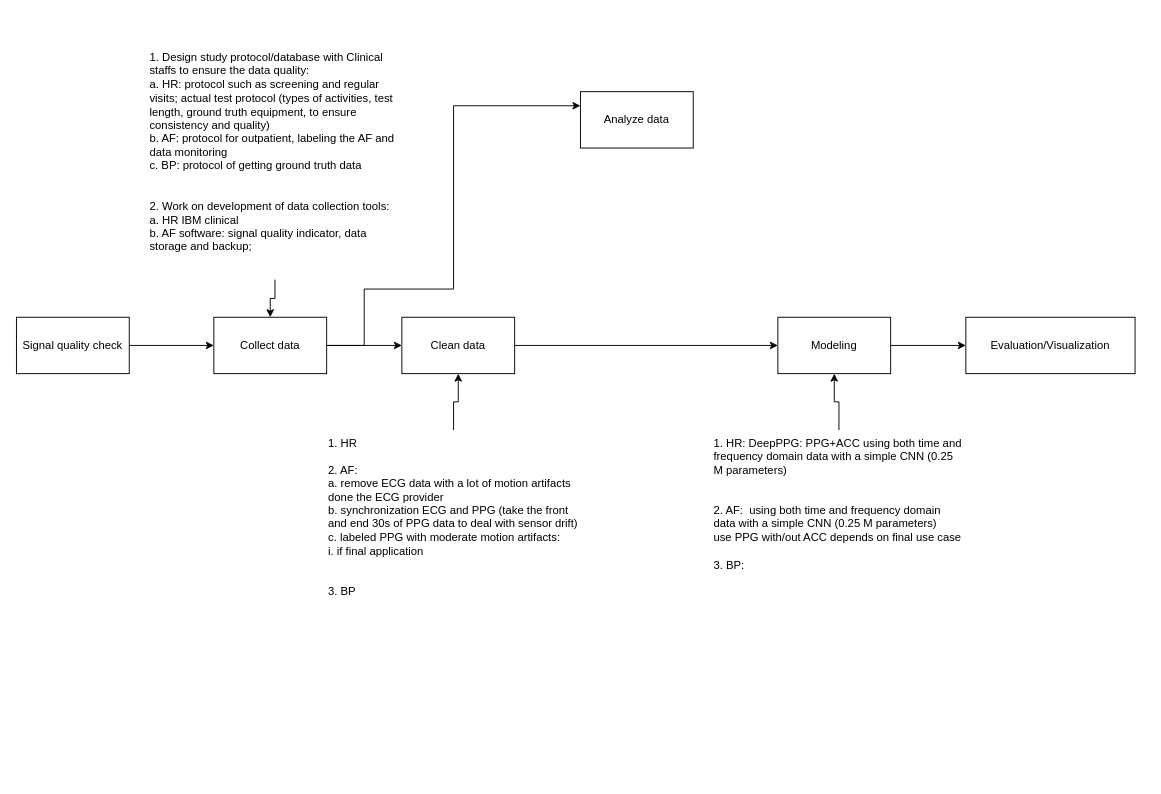
Above: Data pipeline.drawio in supertime1/PPG_DSP (draw.io), before the change. Source tidied: cells renumbered, new cells numbered last; positions are measured from the earlier drawing's top-left corner, leaving out a move shared by most shapes. Both pictures are drawn from the tidied source at 94%, with x=0, y=0 at pixel (16, 44).
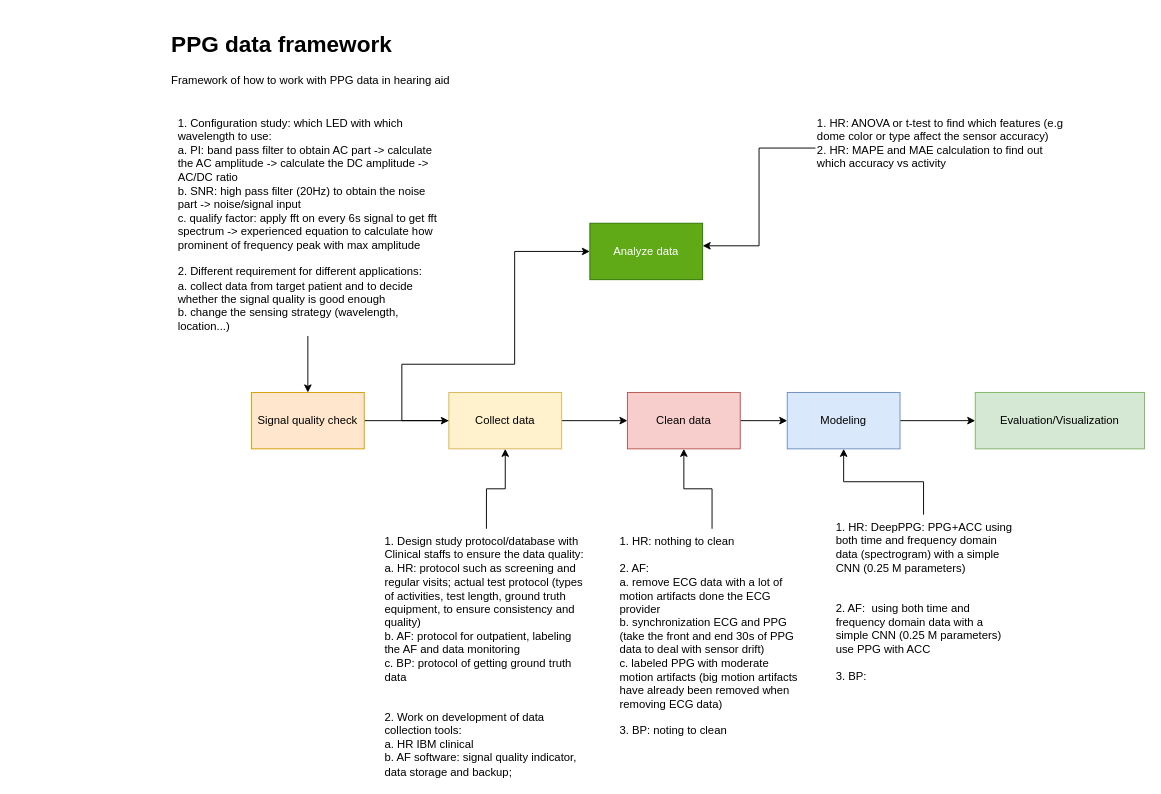
Above is the later version.

Change to the diagram source:
```diff
@@
-    <mxCell id="3" style="edgeStyle=orthogonalEdgeStyle;rounded=0;jettySize=auto;html=1;entryX=0;entryY=0.25;entryDx=0;entryDy=0;exitX=1;exitY=0.5;exitDx=0;exitDy=0;" parent="1" edge="1" source="4" target="7">
+    <mxCell id="3" style="edgeStyle=orthogonalEdgeStyle;rounded=0;jettySize=auto;html=1;entryX=0;entryY=0.5;entryDx=0;entryDy=0;exitX=1;exitY=0.5;exitDx=0;exitDy=0;" parent="1" edge="1" source="4" target="7">
       <mxGeometry relative="1" as="geometry">
         <Array as="points">
-          <mxPoint x="370" y="320" />
-          <mxPoint x="370" y="260" />
-          <mxPoint x="465" y="260" />
-          <mxPoint x="465" y="65" />
+          <mxPoint x="410" y="400" />
+          <mxPoint x="410" y="340" />
+          <mxPoint x="530" y="340" />
+          <mxPoint x="530" y="220" />
         </Array>
       </mxGeometry>
     </mxCell>
-    <mxCell id="4" value="Collect data" style="rounded=0;whiteSpace=wrap;html=1;" parent="1" vertex="1">
-      <mxGeometry x="210" y="290" width="120" height="60" as="geometry" />
+    <mxCell id="4" value="Collect data" style="rounded=0;whiteSpace=wrap;html=1;fillColor=#fff2cc;strokeColor=#d6b656;" parent="1" vertex="1">
+      <mxGeometry x="460" y="370" width="120" height="60" as="geometry" />
     </mxCell>
@@
-    <mxCell id="6" value="Clean data" style="rounded=0;whiteSpace=wrap;html=1;" parent="1" vertex="1">
-      <mxGeometry x="410" y="290" width="120" height="60" as="geometry" />
+    <mxCell id="6" value="Clean data" style="rounded=0;whiteSpace=wrap;html=1;fillColor=#f8cecc;strokeColor=#b85450;" parent="1" vertex="1">
+      <mxGeometry x="650" y="370" width="120" height="60" as="geometry" />
     </mxCell>
-    <mxCell id="7" value="Analyze data" style="rounded=0;whiteSpace=wrap;html=1;" parent="1" vertex="1">
-      <mxGeometry x="600" y="50" width="120" height="60" as="geometry" />
+    <mxCell id="7" value="Analyze data" style="rounded=0;whiteSpace=wrap;html=1;fillColor=#60a917;strokeColor=#2D7600;fontColor=#ffffff;" parent="1" vertex="1">
+      <mxGeometry x="610" y="190" width="120" height="60" as="geometry" />
     </mxCell>
@@
-    <mxCell id="9" value="Modeling" style="rounded=0;whiteSpace=wrap;html=1;" parent="1" vertex="1">
-      <mxGeometry x="810" y="290" width="120" height="60" as="geometry" />
+    <mxCell id="9" value="Modeling" style="rounded=0;whiteSpace=wrap;html=1;fillColor=#dae8fc;strokeColor=#6c8ebf;" parent="1" vertex="1">
+      <mxGeometry x="820" y="370" width="120" height="60" as="geometry" />
     </mxCell>
@@
     <mxCell id="11" value="1. Design study protocol/database with Clinical staffs to ensure the data quality:&lt;br&gt;a. HR: protocol such as screening and regular visits; actual test protocol (types of activities, test length, ground truth equipment, to ensure consistency and quality)&lt;br&gt;b. AF: protocol for outpatient, labeling the AF and data monitoring&lt;br&gt;c. BP: protocol of getting ground truth data&lt;br&gt;&lt;br&gt;&lt;br&gt;2. Work on development of data collection tools:&lt;br&gt;a. HR IBM clinical&lt;br&gt;b. AF software: signal quality indicator, data storage and backup;&amp;nbsp;" style="text;html=1;strokeColor=none;fillColor=none;align=left;verticalAlign=top;whiteSpace=wrap;rounded=0;" parent="1" vertex="1">
-      <mxGeometry x="140" width="270" height="250" as="geometry" />
+      <mxGeometry x="390" y="515" width="220" height="250" as="geometry" />
     </mxCell>
@@
-    <mxCell id="13" value="1. HR: DeepPPG: PPG+ACC using both time and frequency domain data with a simple CNN (0.25 M parameters)&lt;br&gt;&lt;br&gt;&lt;br&gt;2. AF:&amp;nbsp; using both time and frequency domain data with a simple CNN (0.25 M parameters)&lt;br&gt;use PPG with/out ACC depends on final use case&lt;br&gt;&lt;br&gt;3. BP:&amp;nbsp;" style="text;html=1;strokeColor=none;fillColor=none;align=left;verticalAlign=top;whiteSpace=wrap;rounded=0;" parent="1" vertex="1">
-      <mxGeometry x="740" y="410" width="270" height="240" as="geometry" />
+    <mxCell id="13" value="1. HR: DeepPPG: PPG+ACC using both time and frequency domain data (spectrogram) with a simple CNN (0.25 M parameters)&lt;br&gt;&lt;br&gt;&lt;br&gt;2. AF:&amp;nbsp; using both time and frequency domain data with a simple CNN (0.25 M parameters)&lt;br&gt;use PPG with ACC&amp;nbsp;&lt;br&gt;&lt;br&gt;3. BP:&amp;nbsp;" style="text;html=1;strokeColor=none;fillColor=none;align=left;verticalAlign=top;whiteSpace=wrap;rounded=0;" parent="1" vertex="1">
+      <mxGeometry x="870" y="500" width="190" height="240" as="geometry" />
     </mxCell>
-    <mxCell id="14" value="Evaluation/Visualization" style="rounded=0;whiteSpace=wrap;html=1;" parent="1" vertex="1">
-      <mxGeometry x="1010" y="290" width="180" height="60" as="geometry" />
+    <mxCell id="14" value="Evaluation/Visualization" style="rounded=0;whiteSpace=wrap;html=1;fillColor=#d5e8d4;strokeColor=#82b366;" parent="1" vertex="1">
+      <mxGeometry x="1020" y="370" width="180" height="60" as="geometry" />
     </mxCell>
@@
-    <mxCell id="16" value="1. HR&lt;br&gt;&lt;br&gt;2. AF:&lt;br&gt;a. remove ECG data with a lot of motion artifacts done the ECG provider&lt;br&gt;b. synchronization ECG and PPG (take the front and end 30s of PPG data to deal with sensor drift)&lt;br&gt;c. labeled PPG with moderate motion artifacts:&lt;br&gt;i. if final application&amp;nbsp;&lt;br&gt;&lt;br&gt;&lt;br&gt;3. BP" style="text;html=1;strokeColor=none;fillColor=none;align=left;verticalAlign=top;whiteSpace=wrap;rounded=0;" parent="1" vertex="1">
-      <mxGeometry x="330" y="410" width="270" height="330" as="geometry" />
+    <mxCell id="16" value="1. HR: nothing to clean&amp;nbsp;&lt;br&gt;&lt;br&gt;2. AF:&lt;br&gt;a. remove ECG data with a lot of motion artifacts done the ECG provider&lt;br&gt;b. synchronization ECG and PPG (take the front and end 30s of PPG data to deal with sensor drift)&lt;br&gt;c. labeled PPG with moderate motion artifacts (big motion artifacts have already been removed when removing ECG data)&lt;br&gt;&lt;br&gt;3. BP: noting to clean" style="text;html=1;strokeColor=none;fillColor=none;align=left;verticalAlign=top;whiteSpace=wrap;rounded=0;" parent="1" vertex="1">
+      <mxGeometry x="640" y="515" width="200" height="190" as="geometry" />
     </mxCell>
@@
-    <mxCell id="18" value="Signal quality check" style="rounded=0;whiteSpace=wrap;html=1;" parent="1" vertex="1">
-      <mxGeometry y="290" width="120" height="60" as="geometry" />
+    <mxCell id="18" value="Signal quality check" style="rounded=0;whiteSpace=wrap;html=1;fillColor=#ffe6cc;strokeColor=#d79b00;" parent="1" vertex="1">
+      <mxGeometry x="250" y="370" width="120" height="60" as="geometry" />
     </mxCell>
+    <mxCell id="19" style="edgeStyle=orthogonalEdgeStyle;rounded=0;jettySize=auto;html=1;entryX=1;entryY=0.4;entryDx=0;entryDy=0;entryPerimeter=0;" parent="1" edge="1" source="20" target="7">
+      <mxGeometry relative="1" as="geometry" />
+    </mxCell>
+    <mxCell id="20" value="1. HR: ANOVA or t-test to find which features (e.g dome color or type affect the sensor accuracy)&lt;br&gt;2. HR: MAPE and MAE calculation to find out which accuracy vs activity&lt;br&gt;" style="text;html=1;strokeColor=none;fillColor=none;align=left;verticalAlign=top;whiteSpace=wrap;rounded=0;" parent="1" vertex="1">
+      <mxGeometry x="850" y="70" width="270" height="80" as="geometry" />
+    </mxCell>
+    <mxCell id="21" style="edgeStyle=orthogonalEdgeStyle;rounded=0;jettySize=auto;html=1;" parent="1" edge="1" source="22" target="18">
+      <mxGeometry relative="1" as="geometry" />
+    </mxCell>
+    <mxCell id="22" value="1. Configuration study: which LED with which wavelength to use: &lt;br&gt;a. PI: band pass filter to obtain AC part -&amp;gt; calculate the AC amplitude -&amp;gt; calculate the DC amplitude -&amp;gt; AC/DC ratio&lt;br&gt;b. SNR: high pass filter (20Hz) to obtain the noise part -&amp;gt; noise/signal input&lt;br&gt;c. qualify factor: apply fft on every 6s signal to get fft spectrum -&amp;gt; experienced equation to calculate how prominent of frequency peak with max amplitude&lt;br&gt;&lt;br&gt;2. Different requirement for different applications:&lt;br&gt;a. collect data from target patient and to decide whether the signal quality is good enough&lt;br&gt;b. change the sensing strategy (wavelength, location...)" style="text;html=1;strokeColor=none;fillColor=none;align=left;verticalAlign=top;whiteSpace=wrap;rounded=0;" parent="1" vertex="1">
+      <mxGeometry x="170" y="70" width="280" height="240" as="geometry" />
+    </mxCell>
+    <mxCell id="23" value="&lt;h1&gt;PPG data framework&lt;/h1&gt;&lt;p&gt;Framework of how to work with PPG data in hearing aid&lt;/p&gt;" style="text;html=1;strokeColor=none;fillColor=none;spacing=5;spacingTop=-20;whiteSpace=wrap;overflow=hidden;rounded=0;align=left;" parent="1" vertex="1">
+      <mxGeometry x="160" y="-20" width="350" height="120" as="geometry" />
+    </mxCell>
```
